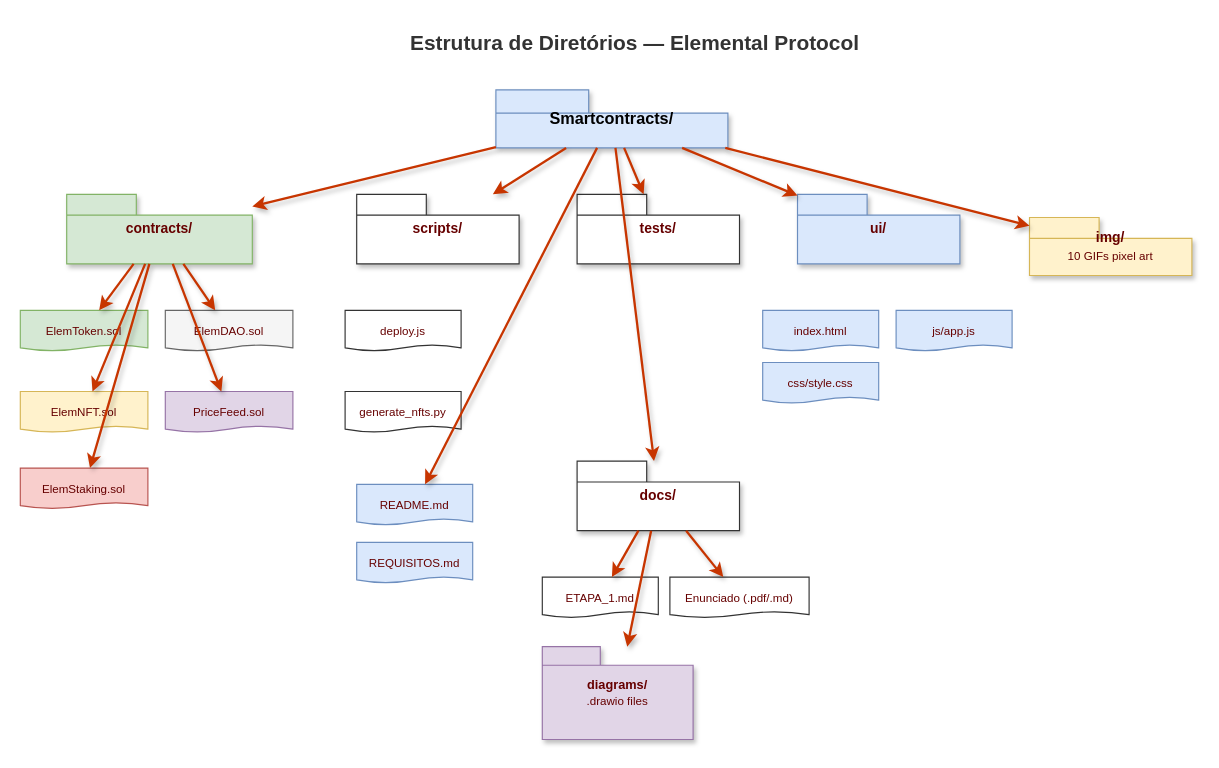
Above: docs/diagrams/04_estrutura_diretorios.drawio in ArvoreDosSaberes/Capacitacao_Web3_SmartContracts_Elemental (draw.io), before the change. Source tidied: cells renumbered, new cells numbered last; positions are measured from the earlier drawing's top-left corner, leaving out a move shared by most shapes. Both pictures are drawn from the tidied source at 116%, with x=0, y=0 at pixel (20, 20).
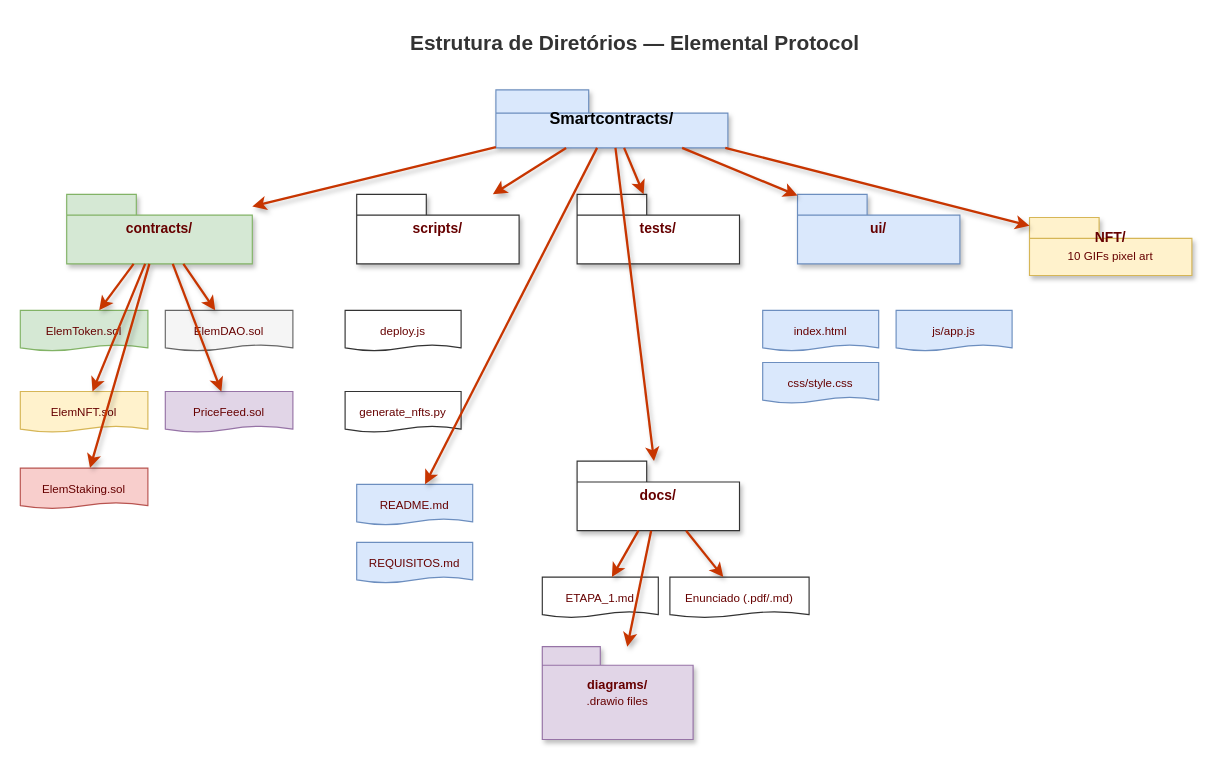
The same page after the edit.

Change to the diagram source:
```diff
@@
-    <mxCell id="18" value="&lt;font color=&quot;#660000&quot;&gt;&lt;b&gt;img/&lt;/b&gt;&lt;br&gt;&lt;font size=&quot;1&quot;&gt;10 GIFs pixel art&lt;/font&gt;&lt;/font&gt;" style="shape=folder;whiteSpace=wrap;html=1;fillColor=#fff2cc;strokeColor=#d6b656;fontSize=12;tabWidth=60;tabHeight=18;tabPosition=left;shadow=1;" parent="1" vertex="1">
+    <mxCell id="18" value="&lt;font color=&quot;#660000&quot;&gt;&lt;b&gt;NFT/&lt;/b&gt;&lt;br&gt;&lt;font size=&quot;1&quot;&gt;10 GIFs pixel art&lt;/font&gt;&lt;/font&gt;" style="shape=folder;whiteSpace=wrap;html=1;fillColor=#fff2cc;strokeColor=#d6b656;fontSize=12;tabWidth=60;tabHeight=18;tabPosition=left;shadow=1;" parent="1" vertex="1">
       <mxGeometry x="870" y="170" width="140" height="50" as="geometry" />
     </mxCell>
```
